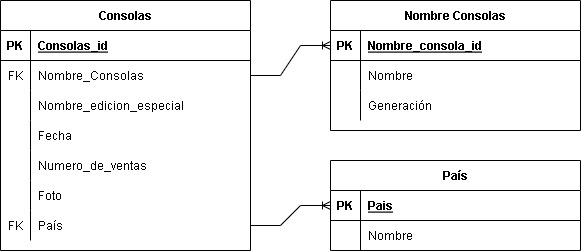
Above: SegundoParcial/Practica 1/Img/ConsolasModeloRelacional.png in LeinadDH/Juegos_en_Red (draw.io), before the change. Source tidied: cells renumbered, new cells last; positions are measured from the earlier drawing's top-left corner, leaving out a move shared by most shapes. Its diagram source:
```xml
<mxGraphModel>
  <root>
    <mxCell id="0" />
    <mxCell id="1" parent="0" />
    <mxCell id="2" value="Nombre Consolas" style="shape=table;startSize=30;rowLines=0;fontStyle=1;align=center;" parent="1" vertex="1">
      <mxGeometry x="330" width="250" height="130" as="geometry" />
    </mxCell>
    <mxCell id="3" style="shape=partialRectangle;fillColor=none;points=[[0,0.5],[1,0.5]];portConstraint=eastwest;top=0;left=0;right=0;bottom=1;" parent="2" vertex="1">
      <mxGeometry y="30" width="250" height="30" as="geometry" />
    </mxCell>
    <mxCell id="4" value="PK" style="shape=partialRectangle;overflow=hidden;fillColor=none;top=0;left=0;bottom=0;right=0;fontStyle=1;" parent="3" vertex="1">
      <mxGeometry width="30" height="30" as="geometry" />
    </mxCell>
    <mxCell id="5" value="Nombre_consola_id" style="shape=partialRectangle;overflow=hidden;fillColor=none;top=0;left=0;bottom=0;right=0;align=left;spacingLeft=6;fontStyle=5;" parent="3" vertex="1">
      <mxGeometry x="30" width="220" height="30" as="geometry" />
    </mxCell>
    <mxCell id="6" style="shape=partialRectangle;fillColor=none;top=0;left=0;right=0;bottom=0;" parent="2" vertex="1">
      <mxGeometry y="60" width="250" height="30" as="geometry" />
    </mxCell>
    <mxCell id="7" style="shape=partialRectangle;overflow=hidden;fillColor=none;top=0;left=0;bottom=0;right=0;" parent="6" vertex="1">
      <mxGeometry width="30" height="30" as="geometry" />
    </mxCell>
    <mxCell id="8" value="Nombre" style="shape=partialRectangle;overflow=hidden;fillColor=none;top=0;left=0;bottom=0;right=0;align=left;spacingLeft=6;" parent="6" vertex="1">
      <mxGeometry x="30" width="220" height="30" as="geometry" />
    </mxCell>
    <mxCell id="9" style="shape=partialRectangle;fillColor=none;top=0;left=0;right=0;bottom=0;" parent="2" vertex="1">
      <mxGeometry y="90" width="250" height="30" as="geometry" />
    </mxCell>
    <mxCell id="10" style="shape=partialRectangle;overflow=hidden;fillColor=none;top=0;left=0;bottom=0;right=0;" parent="9" vertex="1">
      <mxGeometry width="30" height="30" as="geometry" />
    </mxCell>
    <mxCell id="11" value="Generación" style="shape=partialRectangle;overflow=hidden;fillColor=none;top=0;left=0;bottom=0;right=0;align=left;spacingLeft=6;" parent="9" vertex="1">
      <mxGeometry x="30" width="220" height="30" as="geometry" />
    </mxCell>
    <mxCell id="12" value="País" style="shape=table;startSize=30;rowLines=0;fontStyle=1;align=center;" parent="1" vertex="1">
      <mxGeometry x="330" y="160" width="250" height="90" as="geometry" />
    </mxCell>
    <mxCell id="13" style="shape=partialRectangle;fillColor=none;points=[[0,0.5],[1,0.5]];portConstraint=eastwest;top=0;left=0;right=0;bottom=1;" parent="12" vertex="1">
      <mxGeometry y="30" width="250" height="30" as="geometry" />
    </mxCell>
    <mxCell id="14" value="PK" style="shape=partialRectangle;overflow=hidden;fillColor=none;top=0;left=0;bottom=0;right=0;fontStyle=1;" parent="13" vertex="1">
      <mxGeometry width="30" height="30" as="geometry" />
    </mxCell>
    <mxCell id="15" value="Pais" style="shape=partialRectangle;overflow=hidden;fillColor=none;top=0;left=0;bottom=0;right=0;align=left;spacingLeft=6;fontStyle=5;" parent="13" vertex="1">
      <mxGeometry x="30" width="220" height="30" as="geometry" />
    </mxCell>
    <mxCell id="16" style="shape=partialRectangle;fillColor=none;top=0;left=0;right=0;bottom=0;" parent="12" vertex="1">
      <mxGeometry y="60" width="250" height="30" as="geometry" />
    </mxCell>
    <mxCell id="17" style="shape=partialRectangle;overflow=hidden;fillColor=none;top=0;left=0;bottom=0;right=0;" parent="16" vertex="1">
      <mxGeometry width="30" height="30" as="geometry" />
    </mxCell>
    <mxCell id="18" value="Nombre" style="shape=partialRectangle;overflow=hidden;fillColor=none;top=0;left=0;bottom=0;right=0;align=left;spacingLeft=6;" parent="16" vertex="1">
      <mxGeometry x="30" width="220" height="30" as="geometry" />
    </mxCell>
    <mxCell id="19" value="Consolas" style="shape=table;startSize=30;rowLines=0;fontStyle=1;align=center;" parent="1" vertex="1">
      <mxGeometry width="250" height="250" as="geometry" />
    </mxCell>
    <mxCell id="20" style="shape=partialRectangle;fillColor=none;top=0;left=0;right=0;bottom=1;" parent="19" vertex="1">
      <mxGeometry y="30" width="250" height="30" as="geometry" />
    </mxCell>
    <mxCell id="21" value="PK" style="shape=partialRectangle;overflow=hidden;fillColor=none;top=0;left=0;bottom=0;right=0;fontStyle=1;" parent="20" vertex="1">
      <mxGeometry width="30" height="30" as="geometry" />
    </mxCell>
    <mxCell id="22" value="Consolas_id" style="shape=partialRectangle;overflow=hidden;fillColor=none;top=0;left=0;bottom=0;right=0;align=left;spacingLeft=6;fontStyle=5;" parent="20" vertex="1">
      <mxGeometry x="30" width="220" height="30" as="geometry" />
    </mxCell>
    <mxCell id="23" style="shape=partialRectangle;fillColor=none;points=[[0,0.5],[1,0.5]];portConstraint=eastwest;top=0;left=0;right=0;bottom=0;" parent="19" vertex="1">
      <mxGeometry y="60" width="250" height="30" as="geometry" />
    </mxCell>
    <mxCell id="24" value="FK" style="shape=partialRectangle;overflow=hidden;fillColor=none;top=0;left=0;bottom=0;right=0;" parent="23" vertex="1">
      <mxGeometry width="30" height="30" as="geometry" />
    </mxCell>
    <mxCell id="25" value="Nombre_Consolas" style="shape=partialRectangle;overflow=hidden;fillColor=none;top=0;left=0;bottom=0;right=0;align=left;spacingLeft=6;" parent="23" vertex="1">
      <mxGeometry x="30" width="220" height="30" as="geometry" />
    </mxCell>
    <mxCell id="26" style="shape=partialRectangle;fillColor=none;top=0;left=0;right=0;bottom=0;" parent="19" vertex="1">
      <mxGeometry y="90" width="250" height="30" as="geometry" />
    </mxCell>
    <mxCell id="27" style="shape=partialRectangle;overflow=hidden;fillColor=none;top=0;left=0;bottom=0;right=0;" parent="26" vertex="1">
      <mxGeometry width="30" height="30" as="geometry" />
    </mxCell>
    <mxCell id="28" value="Nombre_edicion_especial" style="shape=partialRectangle;overflow=hidden;fillColor=none;top=0;left=0;bottom=0;right=0;align=left;spacingLeft=6;" parent="26" vertex="1">
      <mxGeometry x="30" width="220" height="30" as="geometry" />
    </mxCell>
    <mxCell id="29" style="shape=partialRectangle;fillColor=none;top=0;left=0;right=0;bottom=0;" parent="19" vertex="1">
      <mxGeometry y="120" width="250" height="30" as="geometry" />
    </mxCell>
    <mxCell id="30" style="shape=partialRectangle;overflow=hidden;fillColor=none;top=0;left=0;bottom=0;right=0;" parent="29" vertex="1">
      <mxGeometry width="30" height="30" as="geometry" />
    </mxCell>
    <mxCell id="31" value="Fecha" style="shape=partialRectangle;overflow=hidden;fillColor=none;top=0;left=0;bottom=0;right=0;align=left;spacingLeft=6;" parent="29" vertex="1">
      <mxGeometry x="30" width="220" height="30" as="geometry" />
    </mxCell>
    <mxCell id="32" style="shape=partialRectangle;fillColor=none;top=0;left=0;right=0;bottom=0;" parent="19" vertex="1">
      <mxGeometry y="150" width="250" height="30" as="geometry" />
    </mxCell>
    <mxCell id="33" style="shape=partialRectangle;overflow=hidden;fillColor=none;top=0;left=0;bottom=0;right=0;" parent="32" vertex="1">
      <mxGeometry width="30" height="30" as="geometry" />
    </mxCell>
    <mxCell id="34" value="Numero_de_ventas" style="shape=partialRectangle;overflow=hidden;fillColor=none;top=0;left=0;bottom=0;right=0;align=left;spacingLeft=6;" parent="32" vertex="1">
      <mxGeometry x="30" width="220" height="30" as="geometry" />
    </mxCell>
    <mxCell id="35" style="shape=partialRectangle;fillColor=none;top=0;left=0;right=0;bottom=0;" parent="19" vertex="1">
      <mxGeometry y="180" width="250" height="30" as="geometry" />
    </mxCell>
    <mxCell id="36" style="shape=partialRectangle;overflow=hidden;fillColor=none;top=0;left=0;bottom=0;right=0;" parent="35" vertex="1">
      <mxGeometry width="30" height="30" as="geometry" />
    </mxCell>
    <mxCell id="37" value="Foto" style="shape=partialRectangle;overflow=hidden;fillColor=none;top=0;left=0;bottom=0;right=0;align=left;spacingLeft=6;" parent="35" vertex="1">
      <mxGeometry x="30" width="220" height="30" as="geometry" />
    </mxCell>
    <mxCell id="38" style="shape=partialRectangle;fillColor=none;points=[[0,0.5],[1,0.5]];portConstraint=eastwest;top=0;left=0;right=0;bottom=0;" parent="19" vertex="1">
      <mxGeometry y="210" width="250" height="30" as="geometry" />
    </mxCell>
    <mxCell id="39" value="FK" style="shape=partialRectangle;overflow=hidden;fillColor=none;top=0;left=0;bottom=0;right=0;" parent="38" vertex="1">
      <mxGeometry width="30" height="30" as="geometry" />
    </mxCell>
    <mxCell id="40" value="País" style="shape=partialRectangle;overflow=hidden;fillColor=none;top=0;left=0;bottom=0;right=0;align=left;spacingLeft=6;" parent="38" vertex="1">
      <mxGeometry x="30" width="220" height="30" as="geometry" />
    </mxCell>
    <mxCell id="41" style="edgeStyle=entityRelationEdgeStyle;fontSize=12;html=1;endArrow=ERoneToMany;rounded=0;exitX=1;exitY=0.5;exitDx=0;exitDy=0;entryX=0;entryY=0.5;entryDx=0;entryDy=0;" parent="1" edge="1" source="23" target="3">
      <mxGeometry relative="1" as="geometry" />
    </mxCell>
    <mxCell id="42" style="edgeStyle=entityRelationEdgeStyle;fontSize=12;html=1;endArrow=ERoneToMany;rounded=0;exitX=1;exitY=0.5;exitDx=0;exitDy=0;entryX=0;entryY=0.5;entryDx=0;entryDy=0;" parent="1" edge="1" source="38" target="13">
      <mxGeometry relative="1" as="geometry" />
    </mxCell>
  </root>
</mxGraphModel>
```
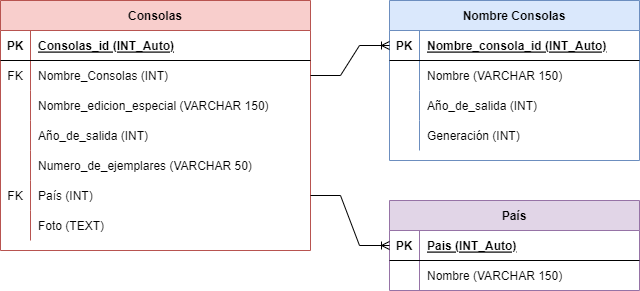
Above is the later version.

Commit message:
Pequenos cambios modelo relacional

What changed in the source:
```diff
@@ -2,8 +2,8 @@
   <root>
     <mxCell id="0" />
     <mxCell id="1" parent="0" />
-    <mxCell id="2" value="Nombre Consolas" style="shape=table;startSize=30;rowLines=0;fontStyle=1;align=center;" parent="1" vertex="1">
-      <mxGeometry x="330" width="250" height="130" as="geometry" />
+    <mxCell id="2" value="Nombre Consolas" style="shape=table;startSize=30;rowLines=0;fontStyle=1;align=center;fillColor=#dae8fc;strokeColor=#6c8ebf;" parent="1" vertex="1">
+      <mxGeometry x="330" width="250" height="160" as="geometry" />
     </mxCell>
     <mxCell id="3" style="shape=partialRectangle;fillColor=none;points=[[0,0.5],[1,0.5]];portConstraint=eastwest;top=0;left=0;right=0;bottom=1;" parent="2" vertex="1">
       <mxGeometry y="30" width="250" height="30" as="geometry" />
@@ -11,7 +11,7 @@
     <mxCell id="4" value="PK" style="shape=partialRectangle;overflow=hidden;fillColor=none;top=0;left=0;bottom=0;right=0;fontStyle=1;" parent="3" vertex="1">
       <mxGeometry width="30" height="30" as="geometry" />
     </mxCell>
-    <mxCell id="5" value="Nombre_consola_id" style="shape=partialRectangle;overflow=hidden;fillColor=none;top=0;left=0;bottom=0;right=0;align=left;spacingLeft=6;fontStyle=5;" parent="3" vertex="1">
+    <mxCell id="5" value="Nombre_consola_id (INT_Auto)" style="shape=partialRectangle;overflow=hidden;fillColor=none;top=0;left=0;bottom=0;right=0;align=left;spacingLeft=6;fontStyle=5;" parent="3" vertex="1">
       <mxGeometry x="30" width="220" height="30" as="geometry" />
     </mxCell>
     <mxCell id="6" style="shape=partialRectangle;fillColor=none;top=0;left=0;right=0;bottom=0;" parent="2" vertex="1">
@@ -20,7 +20,7 @@
     <mxCell id="7" style="shape=partialRectangle;overflow=hidden;fillColor=none;top=0;left=0;bottom=0;right=0;" parent="6" vertex="1">
       <mxGeometry width="30" height="30" as="geometry" />
     </mxCell>
-    <mxCell id="8" value="Nombre" style="shape=partialRectangle;overflow=hidden;fillColor=none;top=0;left=0;bottom=0;right=0;align=left;spacingLeft=6;" parent="6" vertex="1">
+    <mxCell id="8" value="Nombre (VARCHAR 150)" style="shape=partialRectangle;overflow=hidden;fillColor=none;top=0;left=0;bottom=0;right=0;align=left;spacingLeft=6;" parent="6" vertex="1">
       <mxGeometry x="30" width="220" height="30" as="geometry" />
     </mxCell>
     <mxCell id="9" style="shape=partialRectangle;fillColor=none;top=0;left=0;right=0;bottom=0;" parent="2" vertex="1">
@@ -29,11 +29,20 @@
     <mxCell id="10" style="shape=partialRectangle;overflow=hidden;fillColor=none;top=0;left=0;bottom=0;right=0;" parent="9" vertex="1">
       <mxGeometry width="30" height="30" as="geometry" />
     </mxCell>
-    <mxCell id="11" value="Generación" style="shape=partialRectangle;overflow=hidden;fillColor=none;top=0;left=0;bottom=0;right=0;align=left;spacingLeft=6;" parent="9" vertex="1">
+    <mxCell id="11" value="Año_de_salida (INT)" style="shape=partialRectangle;overflow=hidden;fillColor=none;top=0;left=0;bottom=0;right=0;align=left;spacingLeft=6;" parent="9" vertex="1">
       <mxGeometry x="30" width="220" height="30" as="geometry" />
     </mxCell>
+    <mxCell id="43" style="shape=partialRectangle;fillColor=none;top=0;left=0;right=0;bottom=0;" parent="2" vertex="1">
+      <mxGeometry y="120" width="250" height="30" as="geometry" />
+    </mxCell>
+    <mxCell id="44" style="shape=partialRectangle;overflow=hidden;fillColor=none;top=0;left=0;bottom=0;right=0;" parent="43" vertex="1">
+      <mxGeometry width="30" height="30" as="geometry" />
+    </mxCell>
+    <mxCell id="45" value="Generación (INT)" style="shape=partialRectangle;overflow=hidden;fillColor=none;top=0;left=0;bottom=0;right=0;align=left;spacingLeft=6;" parent="43" vertex="1">
+      <mxGeometry x="30" width="220" height="30" as="geometry" />
+    </mxCell>
-    <mxCell id="12" value="País" style="shape=table;startSize=30;rowLines=0;fontStyle=1;align=center;" parent="1" vertex="1">
-      <mxGeometry x="330" y="160" width="250" height="90" as="geometry" />
+    <mxCell id="12" value="País" style="shape=table;startSize=30;rowLines=0;fontStyle=1;align=center;fillColor=#e1d5e7;strokeColor=#9673a6;" parent="1" vertex="1">
+      <mxGeometry x="330" y="200" width="250" height="90" as="geometry" />
     </mxCell>
     <mxCell id="13" style="shape=partialRectangle;fillColor=none;points=[[0,0.5],[1,0.5]];portConstraint=eastwest;top=0;left=0;right=0;bottom=1;" parent="12" vertex="1">
       <mxGeometry y="30" width="250" height="30" as="geometry" />
@@ -41,7 +50,7 @@
     <mxCell id="14" value="PK" style="shape=partialRectangle;overflow=hidden;fillColor=none;top=0;left=0;bottom=0;right=0;fontStyle=1;" parent="13" vertex="1">
       <mxGeometry width="30" height="30" as="geometry" />
     </mxCell>
-    <mxCell id="15" value="Pais" style="shape=partialRectangle;overflow=hidden;fillColor=none;top=0;left=0;bottom=0;right=0;align=left;spacingLeft=6;fontStyle=5;" parent="13" vertex="1">
+    <mxCell id="15" value="Pais (INT_Auto)" style="shape=partialRectangle;overflow=hidden;fillColor=none;top=0;left=0;bottom=0;right=0;align=left;spacingLeft=6;fontStyle=5;" parent="13" vertex="1">
       <mxGeometry x="30" width="220" height="30" as="geometry" />
     </mxCell>
     <mxCell id="16" style="shape=partialRectangle;fillColor=none;top=0;left=0;right=0;bottom=0;" parent="12" vertex="1">
@@ -50,75 +59,75 @@
     <mxCell id="17" style="shape=partialRectangle;overflow=hidden;fillColor=none;top=0;left=0;bottom=0;right=0;" parent="16" vertex="1">
       <mxGeometry width="30" height="30" as="geometry" />
     </mxCell>
-    <mxCell id="18" value="Nombre" style="shape=partialRectangle;overflow=hidden;fillColor=none;top=0;left=0;bottom=0;right=0;align=left;spacingLeft=6;" parent="16" vertex="1">
+    <mxCell id="18" value="Nombre (VARCHAR 150)" style="shape=partialRectangle;overflow=hidden;fillColor=none;top=0;left=0;bottom=0;right=0;align=left;spacingLeft=6;" parent="16" vertex="1">
       <mxGeometry x="30" width="220" height="30" as="geometry" />
     </mxCell>
-    <mxCell id="19" value="Consolas" style="shape=table;startSize=30;rowLines=0;fontStyle=1;align=center;" parent="1" vertex="1">
-      <mxGeometry width="250" height="250" as="geometry" />
+    <mxCell id="19" value="Consolas" style="shape=table;startSize=30;rowLines=0;fontStyle=1;align=center;fillColor=#f8cecc;strokeColor=#b85450;" parent="1" vertex="1">
+      <mxGeometry x="-59" width="310" height="250" as="geometry" />
     </mxCell>
     <mxCell id="20" style="shape=partialRectangle;fillColor=none;top=0;left=0;right=0;bottom=1;" parent="19" vertex="1">
-      <mxGeometry y="30" width="250" height="30" as="geometry" />
+      <mxGeometry y="30" width="310" height="30" as="geometry" />
     </mxCell>
     <mxCell id="21" value="PK" style="shape=partialRectangle;overflow=hidden;fillColor=none;top=0;left=0;bottom=0;right=0;fontStyle=1;" parent="20" vertex="1">
       <mxGeometry width="30" height="30" as="geometry" />
     </mxCell>
-    <mxCell id="22" value="Consolas_id" style="shape=partialRectangle;overflow=hidden;fillColor=none;top=0;left=0;bottom=0;right=0;align=left;spacingLeft=6;fontStyle=5;" parent="20" vertex="1">
-      <mxGeometry x="30" width="220" height="30" as="geometry" />
+    <mxCell id="22" value="Consolas_id (INT_Auto)" style="shape=partialRectangle;overflow=hidden;fillColor=none;top=0;left=0;bottom=0;right=0;align=left;spacingLeft=6;fontStyle=5;" parent="20" vertex="1">
+      <mxGeometry x="30" width="280" height="30" as="geometry" />
     </mxCell>
     <mxCell id="23" style="shape=partialRectangle;fillColor=none;points=[[0,0.5],[1,0.5]];portConstraint=eastwest;top=0;left=0;right=0;bottom=0;" parent="19" vertex="1">
-      <mxGeometry y="60" width="250" height="30" as="geometry" />
+      <mxGeometry y="60" width="310" height="30" as="geometry" />
     </mxCell>
     <mxCell id="24" value="FK" style="shape=partialRectangle;overflow=hidden;fillColor=none;top=0;left=0;bottom=0;right=0;" parent="23" vertex="1">
       <mxGeometry width="30" height="30" as="geometry" />
     </mxCell>
-    <mxCell id="25" value="Nombre_Consolas" style="shape=partialRectangle;overflow=hidden;fillColor=none;top=0;left=0;bottom=0;right=0;align=left;spacingLeft=6;" parent="23" vertex="1">
-      <mxGeometry x="30" width="220" height="30" as="geometry" />
+    <mxCell id="25" value="Nombre_Consolas (INT)" style="shape=partialRectangle;overflow=hidden;fillColor=none;top=0;left=0;bottom=0;right=0;align=left;spacingLeft=6;" parent="23" vertex="1">
+      <mxGeometry x="30" width="280" height="30" as="geometry" />
     </mxCell>
     <mxCell id="26" style="shape=partialRectangle;fillColor=none;top=0;left=0;right=0;bottom=0;" parent="19" vertex="1">
-      <mxGeometry y="90" width="250" height="30" as="geometry" />
+      <mxGeometry y="90" width="310" height="30" as="geometry" />
     </mxCell>
     <mxCell id="27" style="shape=partialRectangle;overflow=hidden;fillColor=none;top=0;left=0;bottom=0;right=0;" parent="26" vertex="1">
       <mxGeometry width="30" height="30" as="geometry" />
     </mxCell>
-    <mxCell id="28" value="Nombre_edicion_especial" style="shape=partialRectangle;overflow=hidden;fillColor=none;top=0;left=0;bottom=0;right=0;align=left;spacingLeft=6;" parent="26" vertex="1">
-      <mxGeometry x="30" width="220" height="30" as="geometry" />
+    <mxCell id="28" value="Nombre_edicion_especial (VARCHAR 150)" style="shape=partialRectangle;overflow=hidden;fillColor=none;top=0;left=0;bottom=0;right=0;align=left;spacingLeft=6;" parent="26" vertex="1">
+      <mxGeometry x="30" width="280" height="30" as="geometry" />
     </mxCell>
     <mxCell id="29" style="shape=partialRectangle;fillColor=none;top=0;left=0;right=0;bottom=0;" parent="19" vertex="1">
-      <mxGeometry y="120" width="250" height="30" as="geometry" />
+      <mxGeometry y="120" width="310" height="30" as="geometry" />
     </mxCell>
     <mxCell id="30" style="shape=partialRectangle;overflow=hidden;fillColor=none;top=0;left=0;bottom=0;right=0;" parent="29" vertex="1">
       <mxGeometry width="30" height="30" as="geometry" />
     </mxCell>
-    <mxCell id="31" value="Fecha" style="shape=partialRectangle;overflow=hidden;fillColor=none;top=0;left=0;bottom=0;right=0;align=left;spacingLeft=6;" parent="29" vertex="1">
-      <mxGeometry x="30" width="220" height="30" as="geometry" />
+    <mxCell id="31" value="Año_de_salida (INT)" style="shape=partialRectangle;overflow=hidden;fillColor=none;top=0;left=0;bottom=0;right=0;align=left;spacingLeft=6;" parent="29" vertex="1">
+      <mxGeometry x="30" width="280" height="30" as="geometry" />
     </mxCell>
     <mxCell id="32" style="shape=partialRectangle;fillColor=none;top=0;left=0;right=0;bottom=0;" parent="19" vertex="1">
-      <mxGeometry y="150" width="250" height="30" as="geometry" />
+      <mxGeometry y="150" width="310" height="30" as="geometry" />
     </mxCell>
     <mxCell id="33" style="shape=partialRectangle;overflow=hidden;fillColor=none;top=0;left=0;bottom=0;right=0;" parent="32" vertex="1">
       <mxGeometry width="30" height="30" as="geometry" />
     </mxCell>
-    <mxCell id="34" value="Numero_de_ventas" style="shape=partialRectangle;overflow=hidden;fillColor=none;top=0;left=0;bottom=0;right=0;align=left;spacingLeft=6;" parent="32" vertex="1">
-      <mxGeometry x="30" width="220" height="30" as="geometry" />
+    <mxCell id="34" value="Numero_de_ejemplares (VARCHAR 50)" style="shape=partialRectangle;overflow=hidden;fillColor=none;top=0;left=0;bottom=0;right=0;align=left;spacingLeft=6;" parent="32" vertex="1">
+      <mxGeometry x="30" width="280" height="30" as="geometry" />
     </mxCell>
+    <mxCell id="38" style="shape=partialRectangle;fillColor=none;points=[[0,0.5],[1,0.5]];portConstraint=eastwest;top=0;left=0;right=0;bottom=0;" parent="19" vertex="1">
+      <mxGeometry y="180" width="310" height="30" as="geometry" />
+    </mxCell>
+    <mxCell id="39" value="FK" style="shape=partialRectangle;overflow=hidden;fillColor=none;top=0;left=0;bottom=0;right=0;" parent="38" vertex="1">
+      <mxGeometry width="30" height="30" as="geometry" />
+    </mxCell>
+    <mxCell id="40" value="País (INT)" style="shape=partialRectangle;overflow=hidden;fillColor=none;top=0;left=0;bottom=0;right=0;align=left;spacingLeft=6;" parent="38" vertex="1">
+      <mxGeometry x="30" width="280" height="30" as="geometry" />
+    </mxCell>
     <mxCell id="35" style="shape=partialRectangle;fillColor=none;top=0;left=0;right=0;bottom=0;" parent="19" vertex="1">
-      <mxGeometry y="180" width="250" height="30" as="geometry" />
+      <mxGeometry y="210" width="310" height="30" as="geometry" />
     </mxCell>
     <mxCell id="36" style="shape=partialRectangle;overflow=hidden;fillColor=none;top=0;left=0;bottom=0;right=0;" parent="35" vertex="1">
       <mxGeometry width="30" height="30" as="geometry" />
     </mxCell>
-    <mxCell id="37" value="Foto" style="shape=partialRectangle;overflow=hidden;fillColor=none;top=0;left=0;bottom=0;right=0;align=left;spacingLeft=6;" parent="35" vertex="1">
-      <mxGeometry x="30" width="220" height="30" as="geometry" />
+    <mxCell id="37" value="Foto (TEXT)" style="shape=partialRectangle;overflow=hidden;fillColor=none;top=0;left=0;bottom=0;right=0;align=left;spacingLeft=6;" parent="35" vertex="1">
+      <mxGeometry x="30" width="280" height="30" as="geometry" />
     </mxCell>
-    <mxCell id="38" style="shape=partialRectangle;fillColor=none;points=[[0,0.5],[1,0.5]];portConstraint=eastwest;top=0;left=0;right=0;bottom=0;" parent="19" vertex="1">
-      <mxGeometry y="210" width="250" height="30" as="geometry" />
-    </mxCell>
-    <mxCell id="39" value="FK" style="shape=partialRectangle;overflow=hidden;fillColor=none;top=0;left=0;bottom=0;right=0;" parent="38" vertex="1">
-      <mxGeometry width="30" height="30" as="geometry" />
-    </mxCell>
-    <mxCell id="40" value="País" style="shape=partialRectangle;overflow=hidden;fillColor=none;top=0;left=0;bottom=0;right=0;align=left;spacingLeft=6;" parent="38" vertex="1">
-      <mxGeometry x="30" width="220" height="30" as="geometry" />
-    </mxCell>
     <mxCell id="41" style="edgeStyle=entityRelationEdgeStyle;fontSize=12;html=1;endArrow=ERoneToMany;rounded=0;exitX=1;exitY=0.5;exitDx=0;exitDy=0;entryX=0;entryY=0.5;entryDx=0;entryDy=0;" parent="1" edge="1" source="23" target="3">
       <mxGeometry relative="1" as="geometry" />
     </mxCell>
```
